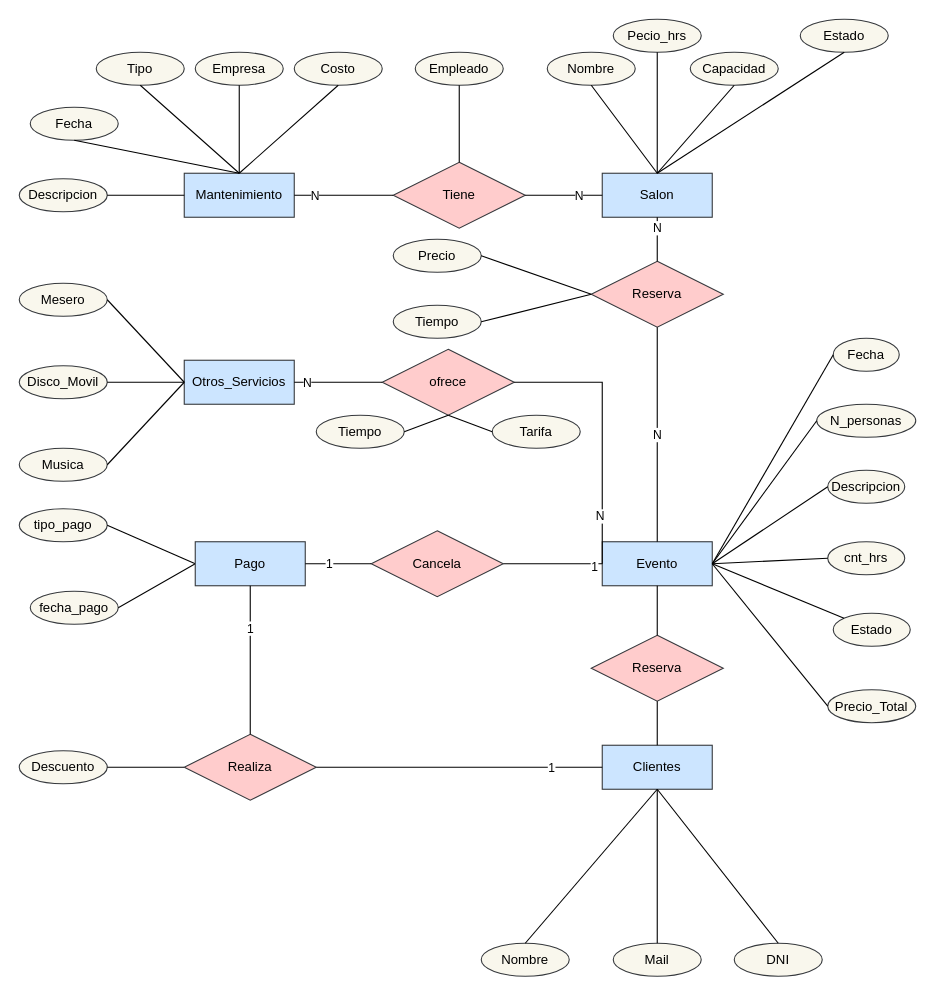
The draw.io diagram page "Página-3" (3 of 3) of Tarea2.drawio in sologia/draw.io, before the edit. Source tidied: cells renumbered, new cells numbered last; positions are measured from the earlier drawing's top-left corner, leaving out a move shared by most shapes. Both pictures are drawn from the tidied source at 110%, with x=0, y=0 at pixel (19, 19).
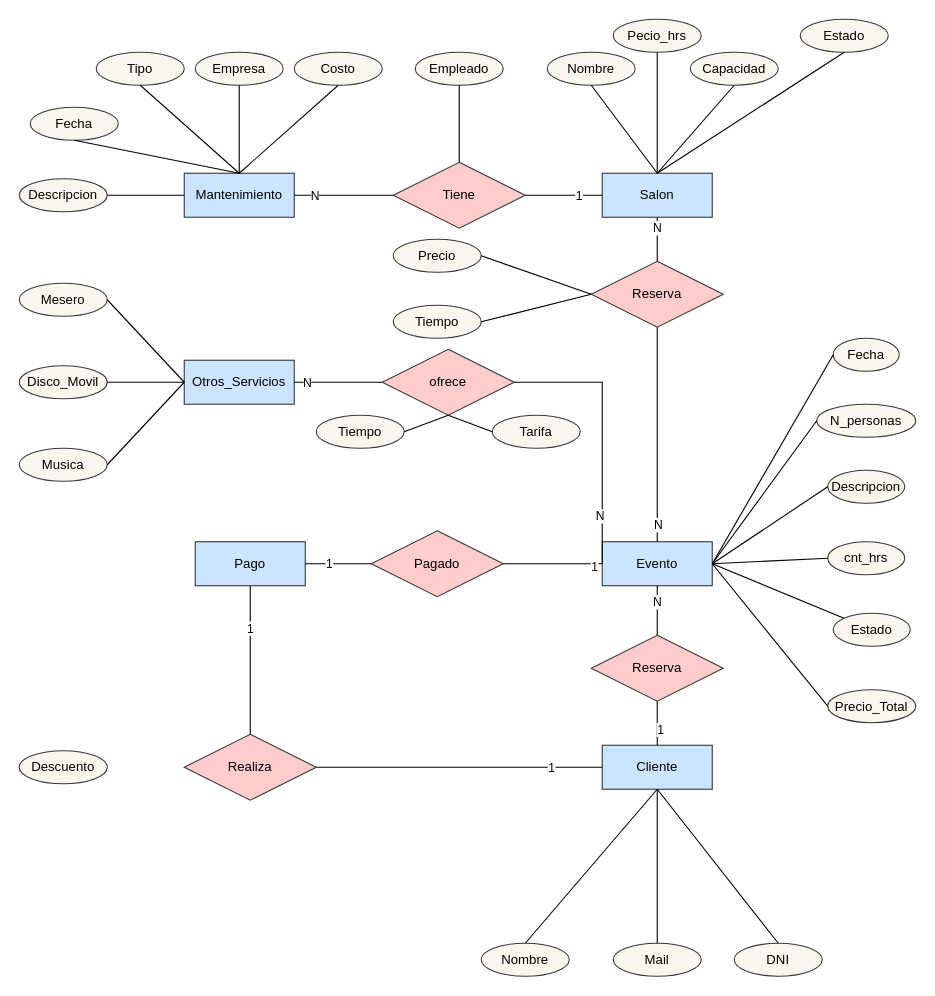
Above is the later version.

The change refers to these unchanged cells:
```xml
<mxCell id="6" value="&lt;div&gt;Evento&lt;/div&gt;" style="whiteSpace=wrap;html=1;align=center;fillColor=#cce5ff;strokeColor=#36393d;" parent="1" vertex="1">
  <mxGeometry x="530" y="475" width="100" height="40" as="geometry" />
</mxCell>
<mxCell id="8" value="Reserva" style="shape=rhombus;perimeter=rhombusPerimeter;whiteSpace=wrap;html=1;align=center;fillColor=#ffcccc;strokeColor=#36393d;" parent="1" vertex="1">
  <mxGeometry x="520" y="220" width="120" height="60" as="geometry" />
</mxCell>
<mxCell id="14" style="endArrow=none;html=1;rounded=0;exitX=1;exitY=0.5;exitDx=0;exitDy=0;entryX=0;entryY=0.5;entryDx=0;entryDy=0;" parent="1" edge="1" source="7" target="5">
  <mxGeometry relative="1" as="geometry" />
</mxCell>
<mxCell id="45" value="Descuento" style="ellipse;whiteSpace=wrap;html=1;align=center;fillColor=#f9f7ed;strokeColor=#36393d;" parent="1" vertex="1">
  <mxGeometry y="665" width="80" height="30" as="geometry" />
</mxCell>
<mxCell id="83" value="Pago" style="whiteSpace=wrap;html=1;align=center;fillColor=#cce5ff;strokeColor=#36393d;" parent="1" vertex="1">
  <mxGeometry x="160" y="475" width="100" height="40" as="geometry" />
</mxCell>
<mxCell id="84" value="Realiza" style="shape=rhombus;perimeter=rhombusPerimeter;whiteSpace=wrap;html=1;align=center;fillColor=#ffcccc;strokeColor=#36393d;" parent="1" vertex="1">
  <mxGeometry x="150" y="650" width="120" height="60" as="geometry" />
</mxCell>
<mxCell id="91" style="endArrow=none;html=1;rounded=0;entryX=0.5;entryY=1;entryDx=0;entryDy=0;exitX=0.5;exitY=0;exitDx=0;exitDy=0;" parent="1" edge="1" source="90" target="6">
  <mxGeometry relative="1" as="geometry" />
</mxCell>
<mxCell id="92" style="endArrow=none;html=1;rounded=0;entryX=0.5;entryY=1;entryDx=0;entryDy=0;exitX=0.5;exitY=0;exitDx=0;exitDy=0;" parent="1" edge="1" source="3" target="90">
  <mxGeometry relative="1" as="geometry" />
</mxCell>
```

The edit, as a diff of the source:
```diff
@@
-    <mxCell id="3" value="Clientes" style="whiteSpace=wrap;html=1;align=center;fillColor=#cce5ff;strokeColor=#36393d;" parent="1" vertex="1">
+    <mxCell id="3" value="Cliente" style="whiteSpace=wrap;html=1;align=center;fillColor=#cce5ff;strokeColor=#36393d;" parent="1" vertex="1">
       <mxGeometry x="530" y="660" width="100" height="40" as="geometry" />
     </mxCell>
@@
-    <mxCell id="15" value="N" style="edgeLabel;html=1;align=center;verticalAlign=middle;" parent="14" vertex="1">
+    <mxCell id="15" value="1" style="edgeLabel;html=1;align=center;verticalAlign=middle;" parent="14" vertex="1">
       <mxGeometry x="0.36" relative="1" as="geometry" />
     </mxCell>
@@
-    <mxCell id="18" value="N" style="endArrow=none;html=1;rounded=0;exitX=0.5;exitY=1;exitDx=0;exitDy=0;entryX=0.5;entryY=0;entryDx=0;entryDy=0;" parent="1" edge="1" source="8" target="6">
+    <mxCell id="18" style="endArrow=none;html=1;rounded=0;exitX=0.5;exitY=1;exitDx=0;exitDy=0;entryX=0.5;entryY=0;entryDx=0;entryDy=0;" parent="1" edge="1" source="8" target="6">
       <mxGeometry relative="1" as="geometry" />
     </mxCell>
+    <mxCell id="93" value="N" style="edgeLabel;html=1;align=center;verticalAlign=middle;" parent="18" vertex="1">
+      <mxGeometry x="0.84" relative="1" as="geometry" />
+    </mxCell>
@@
-    <mxCell id="46" style="endArrow=none;html=1;rounded=0;exitX=1;exitY=0.5;exitDx=0;exitDy=0;entryX=0;entryY=0.5;entryDx=0;entryDy=0;" parent="1" edge="1" source="45" target="84">
-      <mxGeometry relative="1" as="geometry" />
-    </mxCell>
@@
-    <mxCell id="77" value="fecha_pago" style="ellipse;whiteSpace=wrap;html=1;align=center;fillColor=#f9f7ed;strokeColor=#36393d;" parent="1" vertex="1">
-      <mxGeometry x="10" y="520" width="80" height="30" as="geometry" />
-    </mxCell>
-    <mxCell id="78" style="endArrow=none;html=1;rounded=0;exitX=1;exitY=0.5;exitDx=0;exitDy=0;entryX=0;entryY=0.5;entryDx=0;entryDy=0;" parent="1" edge="1" source="77" target="83">
-      <mxGeometry relative="1" as="geometry" />
-    </mxCell>
-    <mxCell id="79" value="tipo_pago" style="ellipse;whiteSpace=wrap;html=1;align=center;fillColor=#f9f7ed;strokeColor=#36393d;" parent="1" vertex="1">
-      <mxGeometry y="445" width="80" height="30" as="geometry" />
-    </mxCell>
-    <mxCell id="80" style="endArrow=none;html=1;rounded=0;exitX=1;exitY=0.5;exitDx=0;exitDy=0;entryX=0;entryY=0.5;entryDx=0;entryDy=0;" parent="1" edge="1" source="79" target="83">
-      <mxGeometry relative="1" as="geometry" />
-    </mxCell>
@@
-    <mxCell id="87" value="Cancela" style="shape=rhombus;perimeter=rhombusPerimeter;whiteSpace=wrap;html=1;align=center;fillColor=#ffcccc;strokeColor=#36393d;" parent="1" vertex="1">
+    <mxCell id="87" value="Pagado" style="shape=rhombus;perimeter=rhombusPerimeter;whiteSpace=wrap;html=1;align=center;fillColor=#ffcccc;strokeColor=#36393d;" parent="1" vertex="1">
       <mxGeometry x="320" y="465" width="120" height="60" as="geometry" />
     </mxCell>
@@
+    <mxCell id="94" value="N" style="edgeLabel;html=1;align=center;verticalAlign=middle;" parent="91" vertex="1">
+      <mxGeometry x="0.38" y="1" relative="1" as="geometry" />
+    </mxCell>
@@
+    <mxCell id="95" value="1" style="edgeLabel;html=1;align=center;verticalAlign=middle;" parent="92" vertex="1">
+      <mxGeometry x="-0.25" y="-2" relative="1" as="geometry" />
+    </mxCell>
```
